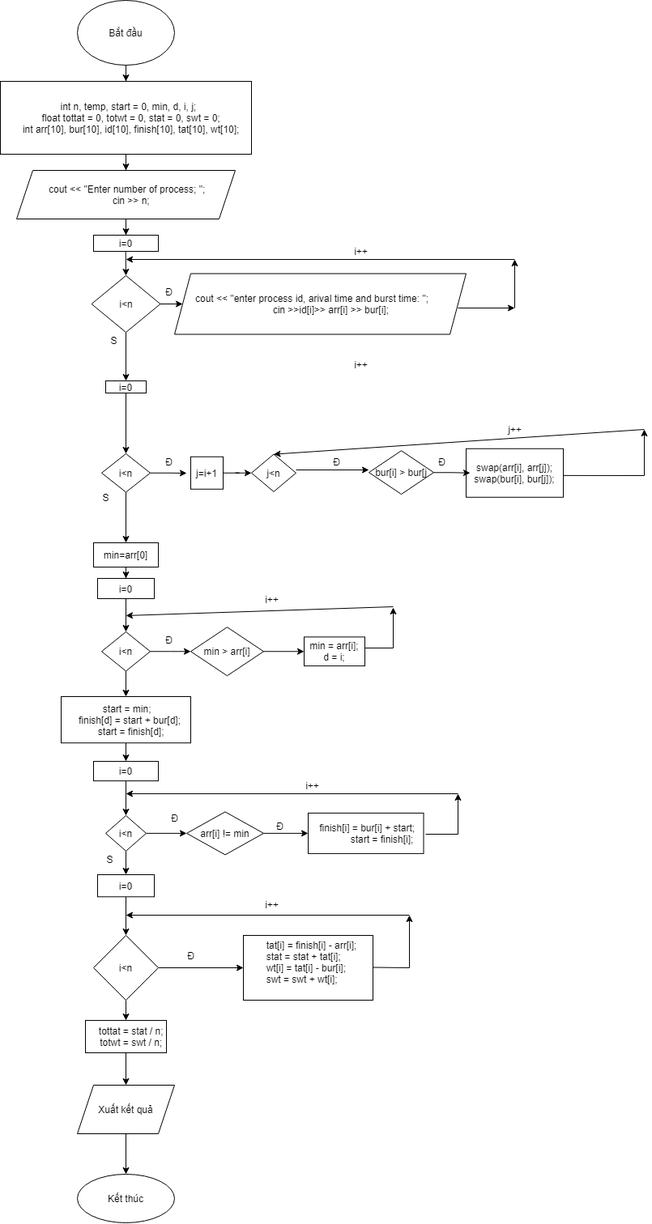
The draw.io diagram Untitled Diagram.drawio.png in tinltgifhub/SJF, before a commit. Source tidied: cells renumbered, new cells last; positions are measured from the earlier drawing's top-left corner, leaving out a move shared by most shapes.
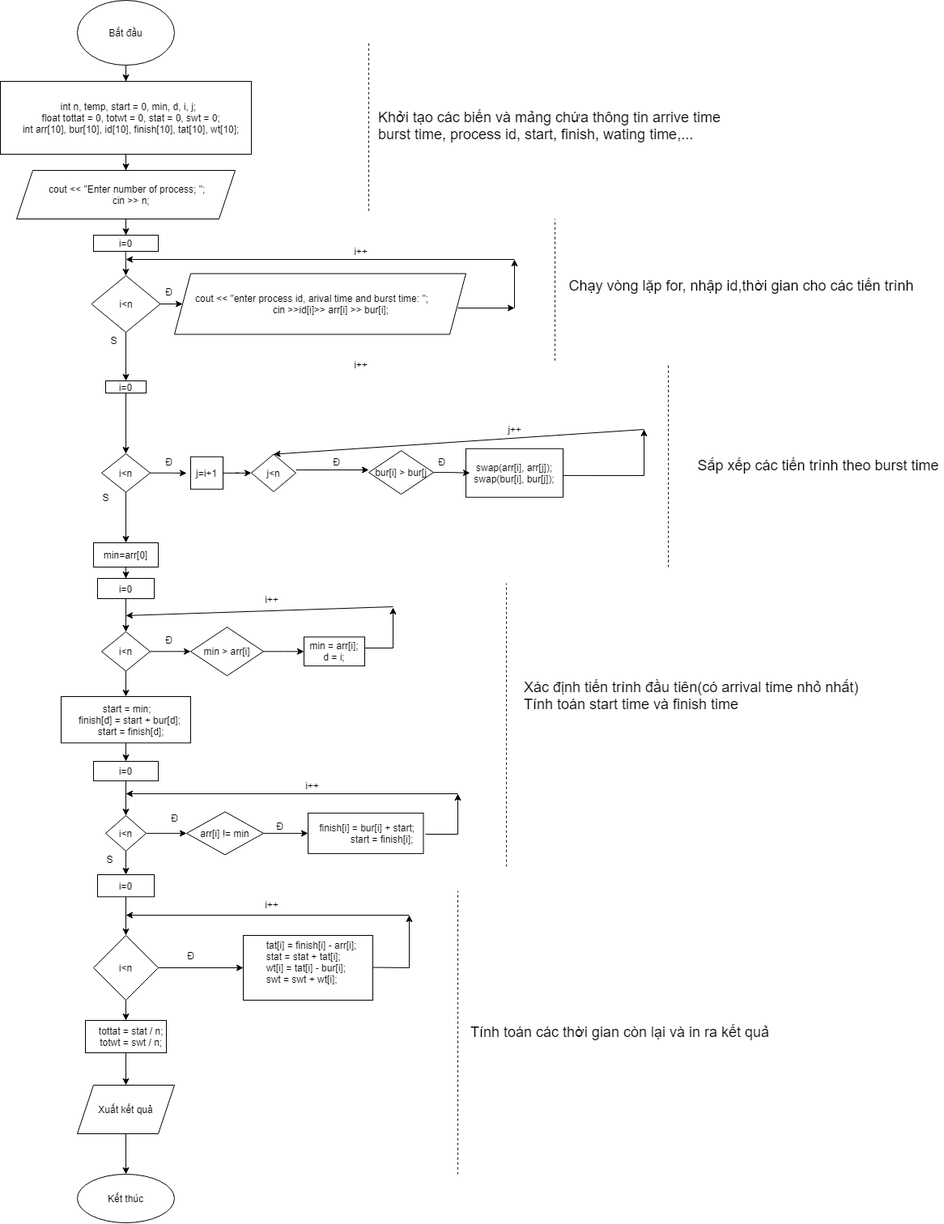
After the change.

What changed in the source:
```diff
@@ -310,5 +310,50 @@
     <mxCell id="84" value="Kết thúc" style="ellipse;whiteSpace=wrap;html=1;" parent="1" vertex="1">
       <mxGeometry x="95" y="1450" width="120" height="60" as="geometry" />
     </mxCell>
+    <mxCell id="85" style="endArrow=none;dashed=1;html=1;rounded=0;curved=1;" parent="1" edge="1">
+      <mxGeometry relative="1" as="geometry">
+        <mxPoint x="455" y="260" as="sourcePoint" />
+        <mxPoint x="455" y="50" as="targetPoint" />
+      </mxGeometry>
+    </mxCell>
+    <mxCell id="86" value="&lt;font style=&quot;font-size: 18px&quot;&gt;Khởi tạo các biến và mảng chứa thông tin arrive time&lt;br&gt;burst time, process id, start, finish, wating time,...&lt;/font&gt;" style="text;html=1;align=left;verticalAlign=middle;strokeColor=none;fillColor=none;" parent="1" vertex="1">
+      <mxGeometry x="465" y="135" width="440" height="40" as="geometry" />
+    </mxCell>
+    <mxCell id="87" style="endArrow=none;dashed=1;html=1;rounded=0;fontSize=36;curved=1;" parent="1" edge="1">
+      <mxGeometry relative="1" as="geometry">
+        <mxPoint x="685" y="445" as="sourcePoint" />
+        <mxPoint x="685" y="270" as="targetPoint" />
+      </mxGeometry>
+    </mxCell>
+    <mxCell id="88" value="Chạy vòng lặp for, nhập id,thời gian cho các tiến trình" style="text;html=1;align=center;verticalAlign=middle;strokeColor=none;fillColor=none;fontSize=18;" parent="1" vertex="1">
+      <mxGeometry x="695" y="337.5" width="440" height="30" as="geometry" />
+    </mxCell>
+    <mxCell id="89" style="endArrow=none;dashed=1;html=1;rounded=0;fontSize=18;curved=1;" parent="1" edge="1">
+      <mxGeometry relative="1" as="geometry">
+        <mxPoint x="825" y="700" as="sourcePoint" />
+        <mxPoint x="825" y="450" as="targetPoint" />
+      </mxGeometry>
+    </mxCell>
+    <mxCell id="90" value="Sắp xếp các tiến trình theo burst time" style="text;html=1;align=center;verticalAlign=middle;strokeColor=none;fillColor=none;fontSize=18;" parent="1" vertex="1">
+      <mxGeometry x="855" y="560" width="310" height="30" as="geometry" />
+    </mxCell>
+    <mxCell id="91" style="endArrow=none;dashed=1;html=1;rounded=0;fontSize=18;curved=1;" parent="1" edge="1">
+      <mxGeometry relative="1" as="geometry">
+        <mxPoint x="625" y="1070" as="sourcePoint" />
+        <mxPoint x="625" y="720" as="targetPoint" />
+      </mxGeometry>
+    </mxCell>
+    <mxCell id="92" value="Xác định tiến trình đầu tiên(có arrival time nhỏ nhất)&lt;br&gt;Tính toán start time và finish time" style="text;html=1;align=left;verticalAlign=middle;strokeColor=none;fillColor=none;fontSize=18;" parent="1" vertex="1">
+      <mxGeometry x="645" y="834.2" width="430" height="50" as="geometry" />
+    </mxCell>
+    <mxCell id="93" style="endArrow=none;dashed=1;html=1;rounded=0;fontSize=18;curved=1;" parent="1" edge="1">
+      <mxGeometry relative="1" as="geometry">
+        <mxPoint x="565" y="1450" as="sourcePoint" />
+        <mxPoint x="565" y="1100" as="targetPoint" />
+      </mxGeometry>
+    </mxCell>
+    <mxCell id="94" value="Tính toán các thời gian còn lại và in ra kết quả" style="text;html=1;align=center;verticalAlign=middle;strokeColor=none;fillColor=none;fontSize=18;" parent="1" vertex="1">
+      <mxGeometry x="575" y="1260" width="380" height="30" as="geometry" />
+    </mxCell>
   </root>
 </mxGraphModel>
```
